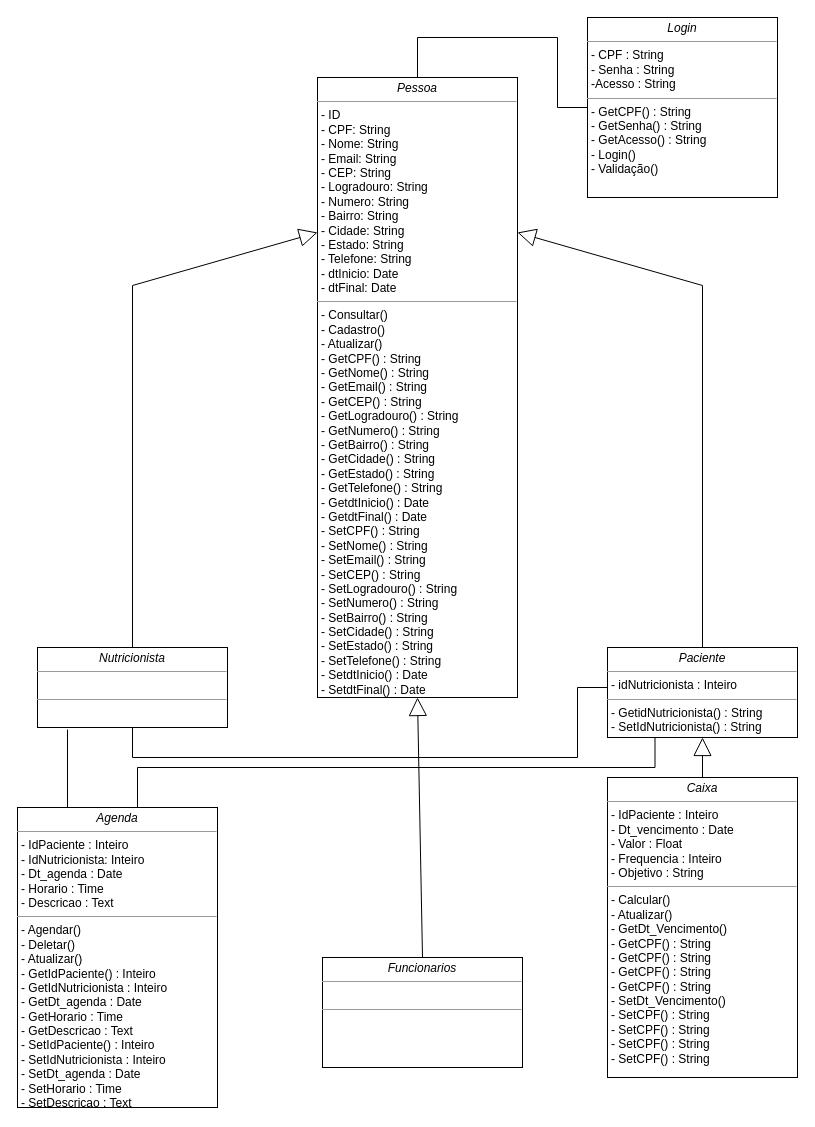
Earlier version of the draw.io diagram Diagrama de Classe.drawio (Tavares264/Project_PccFit). Source tidied: cells renumbered, new cells numbered last; positions are measured from the earlier drawing's top-left corner, leaving out a move shared by most shapes. Both pictures are drawn from the tidied source at 100%, with x=0, y=0 at pixel (17, 17).
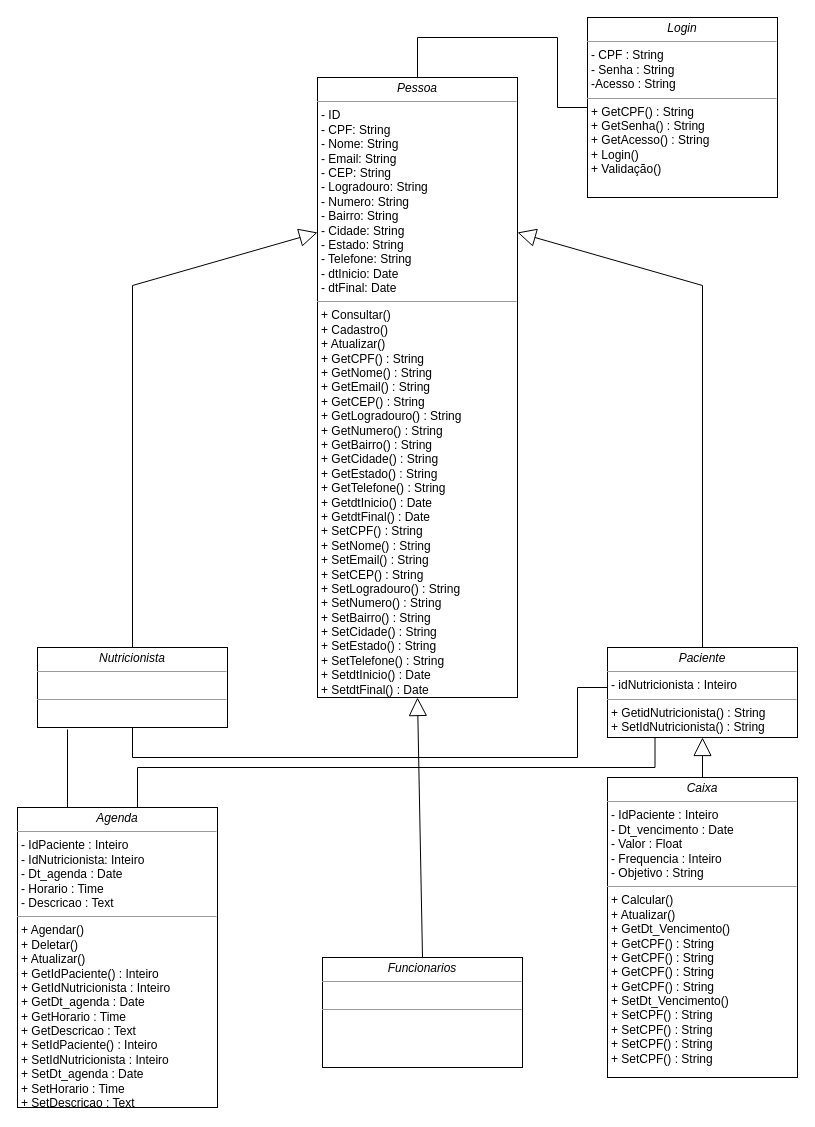
After the change.

What changed in the source:
```diff
@@
-    <mxCell id="4" value="&lt;p style=&quot;margin: 0px ; margin-top: 4px ; text-align: center&quot;&gt;&lt;i&gt;Paciente&lt;/i&gt;&lt;/p&gt;&lt;hr size=&quot;1&quot;&gt;&lt;p style=&quot;margin: 0px ; margin-left: 4px&quot;&gt;- idNutricionista : Inteiro&lt;br&gt;&lt;/p&gt;&lt;hr size=&quot;1&quot;&gt;&lt;p style=&quot;margin: 0px 0px 0px 4px&quot;&gt;- GetidNutricionista() : String&lt;br&gt;&lt;/p&gt;&lt;p style=&quot;margin: 0px 0px 0px 4px&quot;&gt;- SetIdNutricionista() : String&lt;/p&gt;" style="verticalAlign=top;align=left;overflow=fill;fontSize=12;fontFamily=Helvetica;html=1;rounded=0;shadow=0;comic=0;labelBackgroundColor=none;strokeWidth=1;" parent="1" vertex="1">
+    <mxCell id="4" value="&lt;p style=&quot;margin: 0px ; margin-top: 4px ; text-align: center&quot;&gt;&lt;i&gt;Paciente&lt;/i&gt;&lt;/p&gt;&lt;hr size=&quot;1&quot;&gt;&lt;p style=&quot;margin: 0px ; margin-left: 4px&quot;&gt;- idNutricionista : Inteiro&lt;br&gt;&lt;/p&gt;&lt;hr size=&quot;1&quot;&gt;&lt;p style=&quot;margin: 0px 0px 0px 4px&quot;&gt;+ GetidNutricionista() : String&lt;br&gt;&lt;/p&gt;&lt;p style=&quot;margin: 0px 0px 0px 4px&quot;&gt;+ SetIdNutricionista() : String&lt;/p&gt;" style="verticalAlign=top;align=left;overflow=fill;fontSize=12;fontFamily=Helvetica;html=1;rounded=0;shadow=0;comic=0;labelBackgroundColor=none;strokeWidth=1;" parent="1" vertex="1">
       <mxGeometry x="590" y="630" width="190" height="90" as="geometry" />
     </mxCell>
-    <mxCell id="5" value="&lt;p style=&quot;margin: 0px ; margin-top: 4px ; text-align: center&quot;&gt;&lt;i&gt;Pessoa&lt;/i&gt;&lt;/p&gt;&lt;hr size=&quot;1&quot;&gt;&lt;p style=&quot;margin: 0px ; margin-left: 4px&quot;&gt;- ID&lt;/p&gt;&lt;p style=&quot;margin: 0px ; margin-left: 4px&quot;&gt;- CPF: String&lt;br&gt;- Nome: String&lt;/p&gt;&lt;p style=&quot;margin: 0px ; margin-left: 4px&quot;&gt;- Email: String&lt;/p&gt;&lt;p style=&quot;margin: 0px ; margin-left: 4px&quot;&gt;- CEP: String&lt;/p&gt;&lt;p style=&quot;margin: 0px ; margin-left: 4px&quot;&gt;- Logradouro: String&lt;/p&gt;&lt;p style=&quot;margin: 0px ; margin-left: 4px&quot;&gt;- Numero: String&lt;/p&gt;&lt;p style=&quot;margin: 0px ; margin-left: 4px&quot;&gt;- Bairro: String&lt;/p&gt;&lt;p style=&quot;margin: 0px ; margin-left: 4px&quot;&gt;- Cidade: String&lt;/p&gt;&lt;p style=&quot;margin: 0px ; margin-left: 4px&quot;&gt;- Estado: String&lt;/p&gt;&lt;p style=&quot;margin: 0px ; margin-left: 4px&quot;&gt;- Telefone: String&lt;/p&gt;&lt;p style=&quot;margin: 0px ; margin-left: 4px&quot;&gt;- dtInicio: Date&lt;/p&gt;&lt;p style=&quot;margin: 0px ; margin-left: 4px&quot;&gt;- dtFinal: Date&lt;br&gt;&lt;/p&gt;&lt;hr size=&quot;1&quot;&gt;&lt;p style=&quot;margin: 0px 0px 0px 4px&quot;&gt;&lt;span&gt;- Consultar()&lt;/span&gt;&lt;br&gt;&lt;/p&gt;&lt;p style=&quot;margin: 0px 0px 0px 4px&quot;&gt;- Cadastro()&lt;/p&gt;&lt;p style=&quot;margin: 0px 0px 0px 4px&quot;&gt;- Atualizar()&lt;/p&gt;&lt;p style=&quot;margin: 0px 0px 0px 4px&quot;&gt;- GetCPF() : String&lt;br&gt;- GetNome() : String&lt;/p&gt;&lt;p style=&quot;margin: 0px 0px 0px 4px&quot;&gt;- GetEmail() :&amp;nbsp;String&lt;/p&gt;&lt;p style=&quot;margin: 0px 0px 0px 4px&quot;&gt;- GetCEP() :&amp;nbsp;String&lt;/p&gt;&lt;p style=&quot;margin: 0px 0px 0px 4px&quot;&gt;- GetLogradouro() :&amp;nbsp;String&lt;/p&gt;&lt;p style=&quot;margin: 0px 0px 0px 4px&quot;&gt;- GetNumero() :&amp;nbsp;String&lt;/p&gt;&lt;p style=&quot;margin: 0px 0px 0px 4px&quot;&gt;- GetBairro() :&amp;nbsp;String&lt;/p&gt;&lt;p style=&quot;margin: 0px 0px 0px 4px&quot;&gt;- GetCidade() :&amp;nbsp;String&lt;/p&gt;&lt;p style=&quot;margin: 0px 0px 0px 4px&quot;&gt;- GetEstado() :&amp;nbsp;String&lt;/p&gt;&lt;p style=&quot;margin: 0px 0px 0px 4px&quot;&gt;- GetTelefone() :&amp;nbsp;String&lt;/p&gt;&lt;p style=&quot;margin: 0px 0px 0px 4px&quot;&gt;- GetdtInicio() :&amp;nbsp;Date&lt;/p&gt;&lt;p style=&quot;margin: 0px 0px 0px 4px&quot;&gt;- GetdtFinal() :&amp;nbsp;Date&lt;/p&gt;&lt;p style=&quot;margin: 0px 0px 0px 4px&quot;&gt;- SetCPF() : String&lt;br&gt;- SetNome() : String&lt;/p&gt;&lt;p style=&quot;margin: 0px 0px 0px 4px&quot;&gt;- SetEmail() :&amp;nbsp;String&lt;/p&gt;&lt;p style=&quot;margin: 0px 0px 0px 4px&quot;&gt;- SetCEP() :&amp;nbsp;String&lt;/p&gt;&lt;p style=&quot;margin: 0px 0px 0px 4px&quot;&gt;- SetLogradouro() :&amp;nbsp;String&lt;/p&gt;&lt;p style=&quot;margin: 0px 0px 0px 4px&quot;&gt;- SetNumero() :&amp;nbsp;String&lt;/p&gt;&lt;p style=&quot;margin: 0px 0px 0px 4px&quot;&gt;- SetBairro() :&amp;nbsp;String&lt;/p&gt;&lt;p style=&quot;margin: 0px 0px 0px 4px&quot;&gt;- SetCidade() :&amp;nbsp;String&lt;/p&gt;&lt;p style=&quot;margin: 0px 0px 0px 4px&quot;&gt;- SetEstado() :&amp;nbsp;String&lt;/p&gt;&lt;p style=&quot;margin: 0px 0px 0px 4px&quot;&gt;- SetTelefone() :&amp;nbsp;String&lt;/p&gt;&lt;p style=&quot;margin: 0px 0px 0px 4px&quot;&gt;- SetdtInicio() :&amp;nbsp;Date&lt;/p&gt;&lt;p style=&quot;margin: 0px 0px 0px 4px&quot;&gt;- SetdtFinal() :&amp;nbsp;Date&lt;/p&gt;" style="verticalAlign=top;align=left;overflow=fill;fontSize=12;fontFamily=Helvetica;html=1;rounded=0;shadow=0;comic=0;labelBackgroundColor=none;strokeWidth=1;" parent="1" vertex="1">
+    <mxCell id="5" value="&lt;p style=&quot;margin: 0px ; margin-top: 4px ; text-align: center&quot;&gt;&lt;i&gt;Pessoa&lt;/i&gt;&lt;/p&gt;&lt;hr size=&quot;1&quot;&gt;&lt;p style=&quot;margin: 0px ; margin-left: 4px&quot;&gt;- ID&lt;/p&gt;&lt;p style=&quot;margin: 0px ; margin-left: 4px&quot;&gt;- CPF: String&lt;br&gt;- Nome: String&lt;/p&gt;&lt;p style=&quot;margin: 0px ; margin-left: 4px&quot;&gt;- Email: String&lt;/p&gt;&lt;p style=&quot;margin: 0px ; margin-left: 4px&quot;&gt;- CEP: String&lt;/p&gt;&lt;p style=&quot;margin: 0px ; margin-left: 4px&quot;&gt;- Logradouro: String&lt;/p&gt;&lt;p style=&quot;margin: 0px ; margin-left: 4px&quot;&gt;- Numero: String&lt;/p&gt;&lt;p style=&quot;margin: 0px ; margin-left: 4px&quot;&gt;- Bairro: String&lt;/p&gt;&lt;p style=&quot;margin: 0px ; margin-left: 4px&quot;&gt;- Cidade: String&lt;/p&gt;&lt;p style=&quot;margin: 0px ; margin-left: 4px&quot;&gt;- Estado: String&lt;/p&gt;&lt;p style=&quot;margin: 0px ; margin-left: 4px&quot;&gt;- Telefone: String&lt;/p&gt;&lt;p style=&quot;margin: 0px ; margin-left: 4px&quot;&gt;- dtInicio: Date&lt;/p&gt;&lt;p style=&quot;margin: 0px ; margin-left: 4px&quot;&gt;- dtFinal: Date&lt;br&gt;&lt;/p&gt;&lt;hr size=&quot;1&quot;&gt;&lt;p style=&quot;margin: 0px 0px 0px 4px&quot;&gt;&lt;span&gt;+ Consultar()&lt;/span&gt;&lt;br&gt;&lt;/p&gt;&lt;p style=&quot;margin: 0px 0px 0px 4px&quot;&gt;+ Cadastro()&lt;/p&gt;&lt;p style=&quot;margin: 0px 0px 0px 4px&quot;&gt;+ Atualizar()&lt;/p&gt;&lt;p style=&quot;margin: 0px 0px 0px 4px&quot;&gt;+ GetCPF() : String&lt;br&gt;+ GetNome() : String&lt;/p&gt;&lt;p style=&quot;margin: 0px 0px 0px 4px&quot;&gt;+ GetEmail() :&amp;nbsp;String&lt;/p&gt;&lt;p style=&quot;margin: 0px 0px 0px 4px&quot;&gt;+ GetCEP() :&amp;nbsp;String&lt;/p&gt;&lt;p style=&quot;margin: 0px 0px 0px 4px&quot;&gt;+ GetLogradouro() :&amp;nbsp;String&lt;/p&gt;&lt;p style=&quot;margin: 0px 0px 0px 4px&quot;&gt;+ GetNumero() :&amp;nbsp;String&lt;/p&gt;&lt;p style=&quot;margin: 0px 0px 0px 4px&quot;&gt;+ GetBairro() :&amp;nbsp;String&lt;/p&gt;&lt;p style=&quot;margin: 0px 0px 0px 4px&quot;&gt;+ GetCidade() :&amp;nbsp;String&lt;/p&gt;&lt;p style=&quot;margin: 0px 0px 0px 4px&quot;&gt;+ GetEstado() :&amp;nbsp;String&lt;/p&gt;&lt;p style=&quot;margin: 0px 0px 0px 4px&quot;&gt;+ GetTelefone() :&amp;nbsp;String&lt;/p&gt;&lt;p style=&quot;margin: 0px 0px 0px 4px&quot;&gt;+ GetdtInicio() :&amp;nbsp;Date&lt;/p&gt;&lt;p style=&quot;margin: 0px 0px 0px 4px&quot;&gt;+ GetdtFinal() :&amp;nbsp;Date&lt;/p&gt;&lt;p style=&quot;margin: 0px 0px 0px 4px&quot;&gt;+ SetCPF() : String&lt;br&gt;+ SetNome() : String&lt;/p&gt;&lt;p style=&quot;margin: 0px 0px 0px 4px&quot;&gt;+ SetEmail() :&amp;nbsp;String&lt;/p&gt;&lt;p style=&quot;margin: 0px 0px 0px 4px&quot;&gt;+ SetCEP() :&amp;nbsp;String&lt;/p&gt;&lt;p style=&quot;margin: 0px 0px 0px 4px&quot;&gt;+ SetLogradouro() :&amp;nbsp;String&lt;/p&gt;&lt;p style=&quot;margin: 0px 0px 0px 4px&quot;&gt;+ SetNumero() :&amp;nbsp;String&lt;/p&gt;&lt;p style=&quot;margin: 0px 0px 0px 4px&quot;&gt;+ SetBairro() :&amp;nbsp;String&lt;/p&gt;&lt;p style=&quot;margin: 0px 0px 0px 4px&quot;&gt;+ SetCidade() :&amp;nbsp;String&lt;/p&gt;&lt;p style=&quot;margin: 0px 0px 0px 4px&quot;&gt;+ SetEstado() :&amp;nbsp;String&lt;/p&gt;&lt;p style=&quot;margin: 0px 0px 0px 4px&quot;&gt;+ SetTelefone() :&amp;nbsp;String&lt;/p&gt;&lt;p style=&quot;margin: 0px 0px 0px 4px&quot;&gt;+ SetdtInicio() :&amp;nbsp;Date&lt;/p&gt;&lt;p style=&quot;margin: 0px 0px 0px 4px&quot;&gt;+ SetdtFinal() :&amp;nbsp;Date&lt;/p&gt;" style="verticalAlign=top;align=left;overflow=fill;fontSize=12;fontFamily=Helvetica;html=1;rounded=0;shadow=0;comic=0;labelBackgroundColor=none;strokeWidth=1;" parent="1" vertex="1">
       <mxGeometry x="300" y="60" width="200" height="620" as="geometry" />
     </mxCell>
@@
-    <mxCell id="9" value="&lt;p style=&quot;margin: 0px ; margin-top: 4px ; text-align: center&quot;&gt;&lt;i&gt;Caixa&lt;/i&gt;&lt;/p&gt;&lt;hr size=&quot;1&quot;&gt;&lt;p style=&quot;margin: 0px ; margin-left: 4px&quot;&gt;- IdPaciente : Inteiro&lt;br&gt;&lt;/p&gt;&lt;p style=&quot;margin: 0px ; margin-left: 4px&quot;&gt;- Dt_vencimento : Date&lt;/p&gt;&lt;p style=&quot;margin: 0px ; margin-left: 4px&quot;&gt;- Valor : Float&lt;/p&gt;&lt;p style=&quot;margin: 0px ; margin-left: 4px&quot;&gt;- Frequencia : Inteiro&lt;/p&gt;&lt;p style=&quot;margin: 0px ; margin-left: 4px&quot;&gt;- Objetivo : String&amp;nbsp;&lt;/p&gt;&lt;hr size=&quot;1&quot;&gt;&lt;p style=&quot;margin: 0px 0px 0px 4px&quot;&gt;- Calcular()&lt;/p&gt;&lt;p style=&quot;margin: 0px 0px 0px 4px&quot;&gt;- Atualizar()&lt;/p&gt;&lt;p style=&quot;margin: 0px 0px 0px 4px&quot;&gt;- GetDt_Vencimento()&lt;/p&gt;&lt;p style=&quot;margin: 0px 0px 0px 4px&quot;&gt;&lt;span&gt;- GetCPF() : String&lt;/span&gt;&lt;/p&gt;&lt;p style=&quot;margin: 0px 0px 0px 4px&quot;&gt;- GetCPF() : String&lt;br&gt;&lt;/p&gt;&lt;p style=&quot;margin: 0px 0px 0px 4px&quot;&gt;- GetCPF() : String&lt;br&gt;&lt;/p&gt;&lt;p style=&quot;margin: 0px 0px 0px 4px&quot;&gt;- GetCPF() : String&lt;br&gt;&lt;/p&gt;&lt;p style=&quot;margin: 0px 0px 0px 4px&quot;&gt;- SetDt_Vencimento()&lt;/p&gt;&lt;p style=&quot;margin: 0px 0px 0px 4px&quot;&gt;- SetCPF() : String&lt;/p&gt;&lt;p style=&quot;margin: 0px 0px 0px 4px&quot;&gt;- SetCPF() : String&lt;br&gt;&lt;/p&gt;&lt;p style=&quot;margin: 0px 0px 0px 4px&quot;&gt;- SetCPF() : String&lt;br&gt;&lt;/p&gt;&lt;p style=&quot;margin: 0px 0px 0px 4px&quot;&gt;- SetCPF() : String&lt;/p&gt;" style="verticalAlign=top;align=left;overflow=fill;fontSize=12;fontFamily=Helvetica;html=1;rounded=0;shadow=0;comic=0;labelBackgroundColor=none;strokeWidth=1;" parent="1" vertex="1">
+    <mxCell id="9" value="&lt;p style=&quot;margin: 0px ; margin-top: 4px ; text-align: center&quot;&gt;&lt;i&gt;Caixa&lt;/i&gt;&lt;/p&gt;&lt;hr size=&quot;1&quot;&gt;&lt;p style=&quot;margin: 0px ; margin-left: 4px&quot;&gt;- IdPaciente : Inteiro&lt;br&gt;&lt;/p&gt;&lt;p style=&quot;margin: 0px ; margin-left: 4px&quot;&gt;- Dt_vencimento : Date&lt;/p&gt;&lt;p style=&quot;margin: 0px ; margin-left: 4px&quot;&gt;- Valor : Float&lt;/p&gt;&lt;p style=&quot;margin: 0px ; margin-left: 4px&quot;&gt;- Frequencia : Inteiro&lt;/p&gt;&lt;p style=&quot;margin: 0px ; margin-left: 4px&quot;&gt;- Objetivo : String&amp;nbsp;&lt;/p&gt;&lt;hr size=&quot;1&quot;&gt;&lt;p style=&quot;margin: 0px 0px 0px 4px&quot;&gt;+ Calcular()&lt;/p&gt;&lt;p style=&quot;margin: 0px 0px 0px 4px&quot;&gt;+ Atualizar()&lt;/p&gt;&lt;p style=&quot;margin: 0px 0px 0px 4px&quot;&gt;+ GetDt_Vencimento()&lt;/p&gt;&lt;p style=&quot;margin: 0px 0px 0px 4px&quot;&gt;&lt;span&gt;+ GetCPF() : String&lt;/span&gt;&lt;/p&gt;&lt;p style=&quot;margin: 0px 0px 0px 4px&quot;&gt;+ GetCPF() : String&lt;br&gt;&lt;/p&gt;&lt;p style=&quot;margin: 0px 0px 0px 4px&quot;&gt;+ GetCPF() : String&lt;br&gt;&lt;/p&gt;&lt;p style=&quot;margin: 0px 0px 0px 4px&quot;&gt;+ GetCPF() : String&lt;br&gt;&lt;/p&gt;&lt;p style=&quot;margin: 0px 0px 0px 4px&quot;&gt;+ SetDt_Vencimento()&lt;/p&gt;&lt;p style=&quot;margin: 0px 0px 0px 4px&quot;&gt;+ SetCPF() : String&lt;/p&gt;&lt;p style=&quot;margin: 0px 0px 0px 4px&quot;&gt;+ SetCPF() : String&lt;br&gt;&lt;/p&gt;&lt;p style=&quot;margin: 0px 0px 0px 4px&quot;&gt;+ SetCPF() : String&lt;br&gt;&lt;/p&gt;&lt;p style=&quot;margin: 0px 0px 0px 4px&quot;&gt;+ SetCPF() : String&lt;/p&gt;" style="verticalAlign=top;align=left;overflow=fill;fontSize=12;fontFamily=Helvetica;html=1;rounded=0;shadow=0;comic=0;labelBackgroundColor=none;strokeWidth=1;" parent="1" vertex="1">
       <mxGeometry x="590" y="760" width="190" height="300" as="geometry" />
     </mxCell>
@@
-    <mxCell id="12" value="&lt;p style=&quot;margin: 0px ; margin-top: 4px ; text-align: center&quot;&gt;&lt;i&gt;Login&lt;/i&gt;&lt;/p&gt;&lt;hr size=&quot;1&quot;&gt;&lt;p style=&quot;margin: 0px ; margin-left: 4px&quot;&gt;- CPF : String&lt;/p&gt;&lt;p style=&quot;margin: 0px ; margin-left: 4px&quot;&gt;- Senha : String&lt;/p&gt;&lt;p style=&quot;margin: 0px ; margin-left: 4px&quot;&gt;-Acesso : String&lt;/p&gt;&lt;hr size=&quot;1&quot;&gt;&lt;p style=&quot;margin: 0px 0px 0px 4px&quot;&gt;- GetCPF() : String&lt;/p&gt;&lt;p style=&quot;margin: 0px 0px 0px 4px&quot;&gt;- GetSenha() : String&lt;/p&gt;&lt;p style=&quot;margin: 0px 0px 0px 4px&quot;&gt;- GetAcesso() : String&lt;/p&gt;&lt;p style=&quot;margin: 0px 0px 0px 4px&quot;&gt;- Login()&lt;/p&gt;&lt;p style=&quot;margin: 0px 0px 0px 4px&quot;&gt;- Validação()&lt;br&gt;&lt;br&gt;&lt;/p&gt;" style="verticalAlign=top;align=left;overflow=fill;fontSize=12;fontFamily=Helvetica;html=1;rounded=0;shadow=0;comic=0;labelBackgroundColor=none;strokeWidth=1;" parent="1" vertex="1">
+    <mxCell id="12" value="&lt;p style=&quot;margin: 0px ; margin-top: 4px ; text-align: center&quot;&gt;&lt;i&gt;Login&lt;/i&gt;&lt;/p&gt;&lt;hr size=&quot;1&quot;&gt;&lt;p style=&quot;margin: 0px ; margin-left: 4px&quot;&gt;- CPF : String&lt;/p&gt;&lt;p style=&quot;margin: 0px ; margin-left: 4px&quot;&gt;- Senha : String&lt;/p&gt;&lt;p style=&quot;margin: 0px ; margin-left: 4px&quot;&gt;-Acesso : String&lt;/p&gt;&lt;hr size=&quot;1&quot;&gt;&lt;p style=&quot;margin: 0px 0px 0px 4px&quot;&gt;+ GetCPF() : String&lt;/p&gt;&lt;p style=&quot;margin: 0px 0px 0px 4px&quot;&gt;+ GetSenha() : String&lt;/p&gt;&lt;p style=&quot;margin: 0px 0px 0px 4px&quot;&gt;+ GetAcesso() : String&lt;/p&gt;&lt;p style=&quot;margin: 0px 0px 0px 4px&quot;&gt;+ Login()&lt;/p&gt;&lt;p style=&quot;margin: 0px 0px 0px 4px&quot;&gt;+ Validação()&lt;br&gt;&lt;/p&gt;" style="verticalAlign=top;align=left;overflow=fill;fontSize=12;fontFamily=Helvetica;html=1;rounded=0;shadow=0;comic=0;labelBackgroundColor=none;strokeWidth=1;" parent="1" vertex="1">
       <mxGeometry x="570" width="190" height="180" as="geometry" />
     </mxCell>
@@
-    <mxCell id="14" value="&lt;p style=&quot;margin: 0px ; margin-top: 4px ; text-align: center&quot;&gt;&lt;i&gt;Agenda&lt;/i&gt;&lt;/p&gt;&lt;hr size=&quot;1&quot;&gt;&lt;p style=&quot;margin: 0px ; margin-left: 4px&quot;&gt;- IdPaciente : Inteiro&lt;/p&gt;&lt;p style=&quot;margin: 0px ; margin-left: 4px&quot;&gt;- IdNutricionista: Inteiro&lt;/p&gt;&lt;p style=&quot;margin: 0px ; margin-left: 4px&quot;&gt;- Dt_agenda : Date&lt;/p&gt;&lt;p style=&quot;margin: 0px ; margin-left: 4px&quot;&gt;- Horario : Time&lt;/p&gt;&lt;p style=&quot;margin: 0px ; margin-left: 4px&quot;&gt;- Descricao : Text&lt;/p&gt;&lt;hr size=&quot;1&quot;&gt;&lt;p style=&quot;margin: 0px 0px 0px 4px&quot;&gt;- Agendar()&lt;/p&gt;&lt;p style=&quot;margin: 0px 0px 0px 4px&quot;&gt;- Deletar()&lt;/p&gt;&lt;p style=&quot;margin: 0px 0px 0px 4px&quot;&gt;- Atualizar()&lt;/p&gt;&lt;p style=&quot;margin: 0px 0px 0px 4px&quot;&gt;- GetIdPaciente() : Inteiro&lt;/p&gt;&lt;p style=&quot;margin: 0px 0px 0px 4px&quot;&gt;- GetIdNutricionista : Inteiro&lt;/p&gt;&lt;p style=&quot;margin: 0px 0px 0px 4px&quot;&gt;- GetDt_agenda : Date&lt;/p&gt;&lt;p style=&quot;margin: 0px 0px 0px 4px&quot;&gt;- GetHorario : Time&lt;/p&gt;&lt;p style=&quot;margin: 0px 0px 0px 4px&quot;&gt;- GetDescricao : Text&lt;/p&gt;&lt;p style=&quot;margin: 0px 0px 0px 4px&quot;&gt;- SetIdPaciente() : Inteiro&lt;/p&gt;&lt;p style=&quot;margin: 0px 0px 0px 4px&quot;&gt;- SetIdNutricionista : Inteiro&lt;/p&gt;&lt;p style=&quot;margin: 0px 0px 0px 4px&quot;&gt;- SetDt_agenda : Date&lt;/p&gt;&lt;p style=&quot;margin: 0px 0px 0px 4px&quot;&gt;- SetHorario : Time&lt;/p&gt;&lt;p style=&quot;margin: 0px 0px 0px 4px&quot;&gt;- SetDescricao : Text&lt;/p&gt;" style="verticalAlign=top;align=left;overflow=fill;fontSize=12;fontFamily=Helvetica;html=1;rounded=0;shadow=0;comic=0;labelBackgroundColor=none;strokeWidth=1;" parent="1" vertex="1">
+    <mxCell id="14" value="&lt;p style=&quot;margin: 0px ; margin-top: 4px ; text-align: center&quot;&gt;&lt;i&gt;Agenda&lt;/i&gt;&lt;/p&gt;&lt;hr size=&quot;1&quot;&gt;&lt;p style=&quot;margin: 0px ; margin-left: 4px&quot;&gt;- IdPaciente : Inteiro&lt;/p&gt;&lt;p style=&quot;margin: 0px ; margin-left: 4px&quot;&gt;- IdNutricionista: Inteiro&lt;/p&gt;&lt;p style=&quot;margin: 0px ; margin-left: 4px&quot;&gt;- Dt_agenda : Date&lt;/p&gt;&lt;p style=&quot;margin: 0px ; margin-left: 4px&quot;&gt;- Horario : Time&lt;/p&gt;&lt;p style=&quot;margin: 0px ; margin-left: 4px&quot;&gt;- Descricao : Text&lt;/p&gt;&lt;hr size=&quot;1&quot;&gt;&lt;p style=&quot;margin: 0px 0px 0px 4px&quot;&gt;+ Agendar()&lt;/p&gt;&lt;p style=&quot;margin: 0px 0px 0px 4px&quot;&gt;+ Deletar()&lt;/p&gt;&lt;p style=&quot;margin: 0px 0px 0px 4px&quot;&gt;+ Atualizar()&lt;/p&gt;&lt;p style=&quot;margin: 0px 0px 0px 4px&quot;&gt;+ GetIdPaciente() : Inteiro&lt;/p&gt;&lt;p style=&quot;margin: 0px 0px 0px 4px&quot;&gt;+ GetIdNutricionista : Inteiro&lt;/p&gt;&lt;p style=&quot;margin: 0px 0px 0px 4px&quot;&gt;+ GetDt_agenda : Date&lt;/p&gt;&lt;p style=&quot;margin: 0px 0px 0px 4px&quot;&gt;+ GetHorario : Time&lt;/p&gt;&lt;p style=&quot;margin: 0px 0px 0px 4px&quot;&gt;+ GetDescricao : Text&lt;/p&gt;&lt;p style=&quot;margin: 0px 0px 0px 4px&quot;&gt;+ SetIdPaciente() : Inteiro&lt;/p&gt;&lt;p style=&quot;margin: 0px 0px 0px 4px&quot;&gt;+ SetIdNutricionista : Inteiro&lt;/p&gt;&lt;p style=&quot;margin: 0px 0px 0px 4px&quot;&gt;+ SetDt_agenda : Date&lt;/p&gt;&lt;p style=&quot;margin: 0px 0px 0px 4px&quot;&gt;+ SetHorario : Time&lt;/p&gt;&lt;p style=&quot;margin: 0px 0px 0px 4px&quot;&gt;+ SetDescricao : Text&lt;/p&gt;" style="verticalAlign=top;align=left;overflow=fill;fontSize=12;fontFamily=Helvetica;html=1;rounded=0;shadow=0;comic=0;labelBackgroundColor=none;strokeWidth=1;" parent="1" vertex="1">
       <mxGeometry y="790" width="200" height="300" as="geometry" />
     </mxCell>
```
